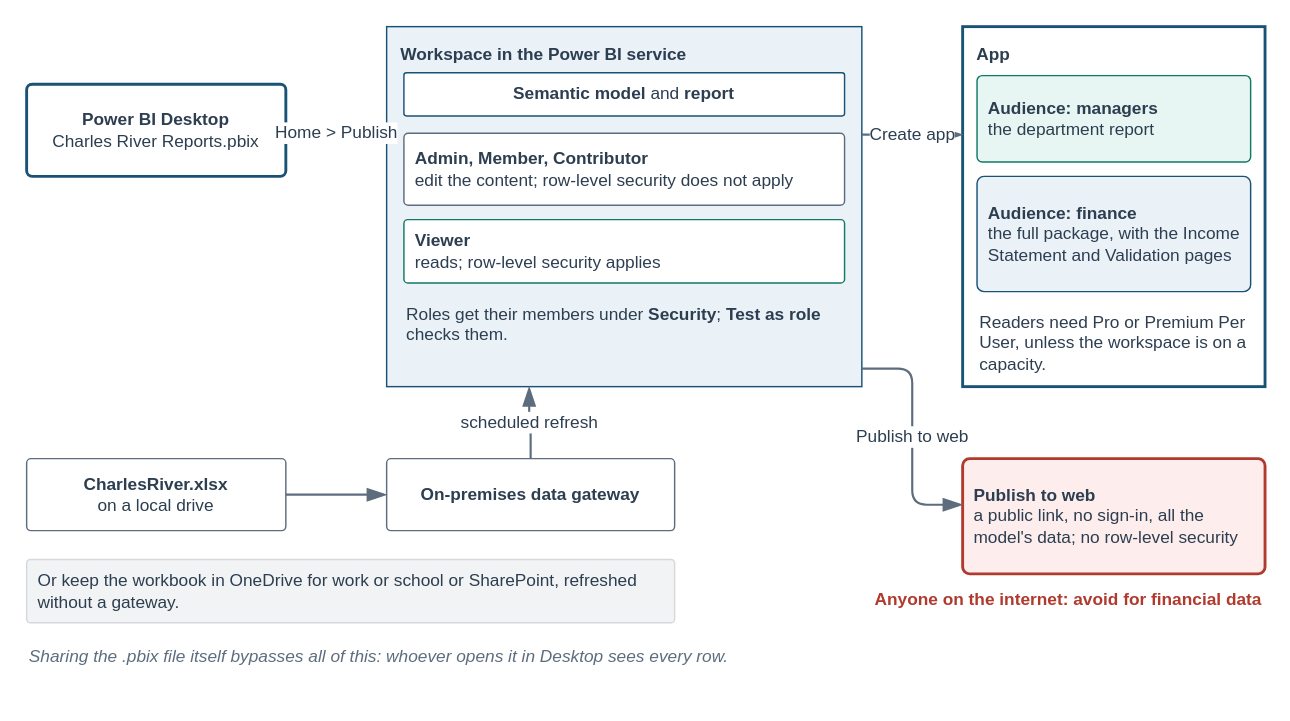
This is visuals/src/fig-b-05-sharing-paths.drawio from mmcodesso/Accounting_Analytics_Book, a draw.io file, before an edit. Source tidied: cells renumbered, new cells numbered last; positions are measured from the earlier drawing's top-left corner, leaving out a move shared by most shapes. Both pictures are drawn from the tidied source at 144%, with x=0, y=0 at pixel (26, 26).
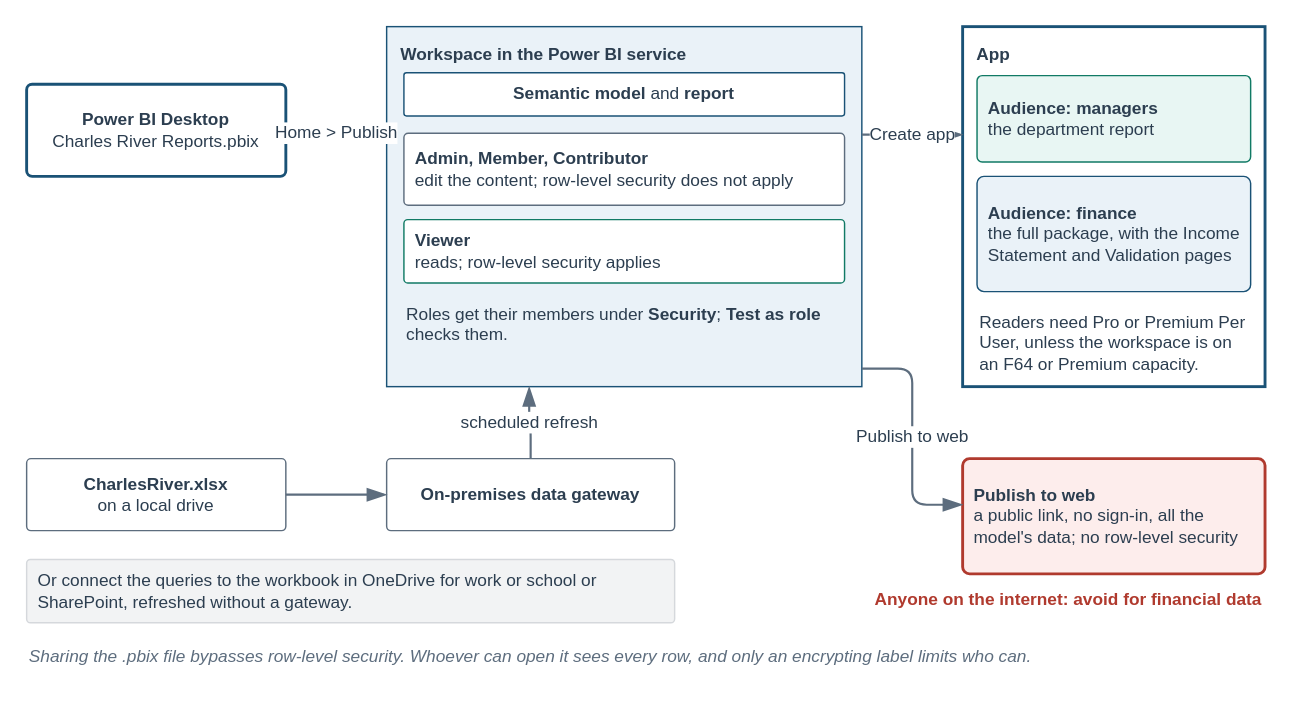
The same page after the edit.

Change to the diagram source:
```diff
@@
-    <mxCell id="15" value="Readers need Pro or Premium Per User, unless the workspace is on a capacity." style="text;html=1;whiteSpace=wrap;align=left;verticalAlign=top;fontSize=12;fontColor=#2C3E50;fontStyle=0;fontFamily=Helvetica;spacing=2;fillColor=none;strokeColor=none;" parent="1" vertex="1">
+    <mxCell id="15" value="Readers need Pro or Premium Per User, unless the workspace is on an F64 or Premium capacity." style="text;html=1;whiteSpace=wrap;align=left;verticalAlign=top;fontSize=12;fontColor=#2C3E50;fontStyle=0;fontFamily=Helvetica;spacing=2;fillColor=none;strokeColor=none;" parent="1" vertex="1">
       <mxGeometry x="660" y="192" width="190" height="56" as="geometry" />
     </mxCell>
@@
-    <mxCell id="21" value="Or keep the workbook in OneDrive for work or school or SharePoint, refreshed without a gateway." style="rounded=1;arcSize=6;whiteSpace=wrap;html=1;fillColor=#F2F3F4;strokeColor=#D5D8DC;strokeWidth=1;fontColor=#2C3E50;fontSize=12;fontStyle=0;align=left;verticalAlign=middle;fontFamily=Helvetica;spacingLeft=6;spacingRight=6;" parent="1" vertex="1">
+    <mxCell id="21" value="Or connect the queries to the workbook in OneDrive for work or school or SharePoint, refreshed without a gateway." style="rounded=1;arcSize=6;whiteSpace=wrap;html=1;fillColor=#F2F3F4;strokeColor=#D5D8DC;strokeWidth=1;fontColor=#2C3E50;fontSize=12;fontStyle=0;align=left;verticalAlign=middle;fontFamily=Helvetica;spacingLeft=6;spacingRight=6;" parent="1" vertex="1">
       <mxGeometry y="370" width="450" height="44" as="geometry" />
     </mxCell>
@@
-    <mxCell id="25" value="&lt;i&gt;Sharing the .pbix file itself bypasses all of this: whoever opens it in Desktop sees every row.&lt;/i&gt;" style="text;html=1;whiteSpace=wrap;align=left;verticalAlign=top;fontSize=12;fontColor=#5D6D7E;fontStyle=0;fontFamily=Helvetica;spacing=2;fillColor=none;strokeColor=none;" parent="1" vertex="1">
+    <mxCell id="25" value="&lt;i&gt;Sharing the .pbix file bypasses row-level security. Whoever can open it sees every row, and only an encrypting label limits who can.&lt;/i&gt;" style="text;html=1;whiteSpace=wrap;align=left;verticalAlign=top;fontSize=12;fontColor=#5D6D7E;fontStyle=0;fontFamily=Helvetica;spacing=2;fillColor=none;strokeColor=none;" parent="1" vertex="1">
       <mxGeometry y="424" width="860" height="40" as="geometry" />
     </mxCell>
```
